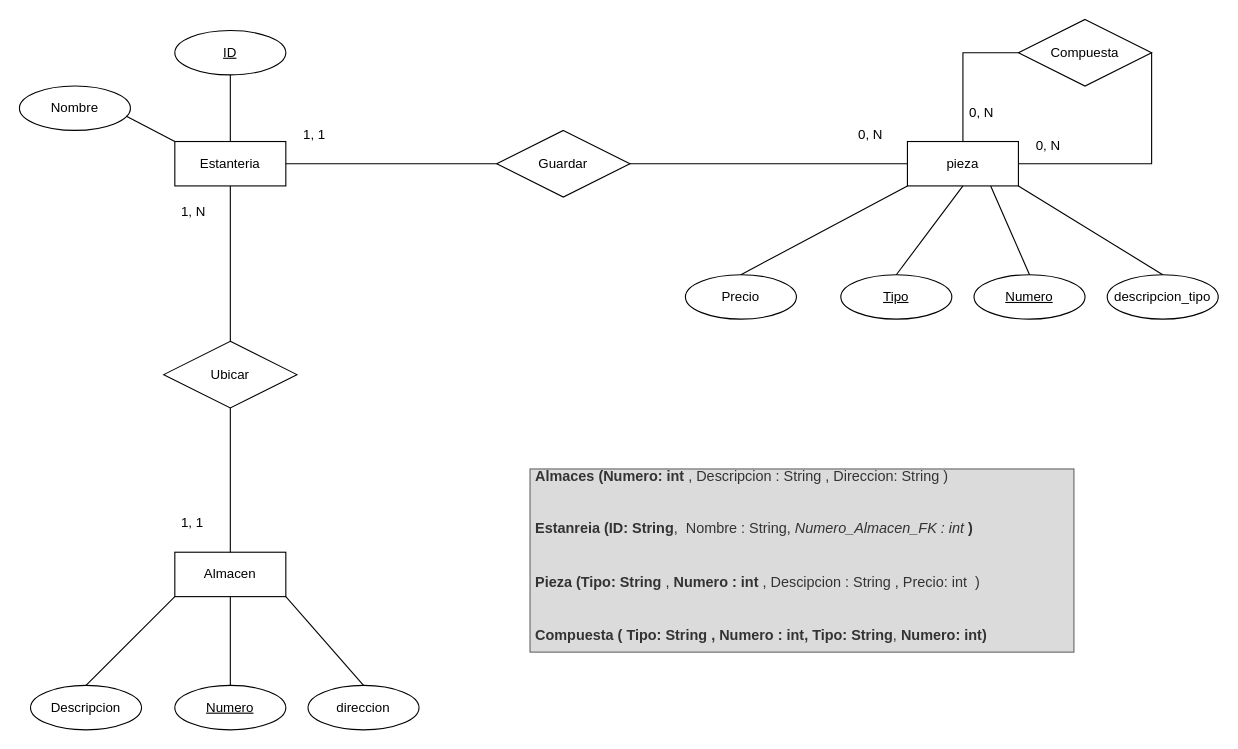
Above: Actividad_05_C3_UD12.drawio in jordimall/jmg-tsys-ta12diagramasER-drawio-111023 (draw.io), before the change. Source tidied: cells renumbered, new cells numbered last; positions are measured from the earlier drawing's top-left corner, leaving out a move shared by most shapes. Both pictures are drawn from the tidied source at 111%, with x=0, y=0 at pixel (19, 19).
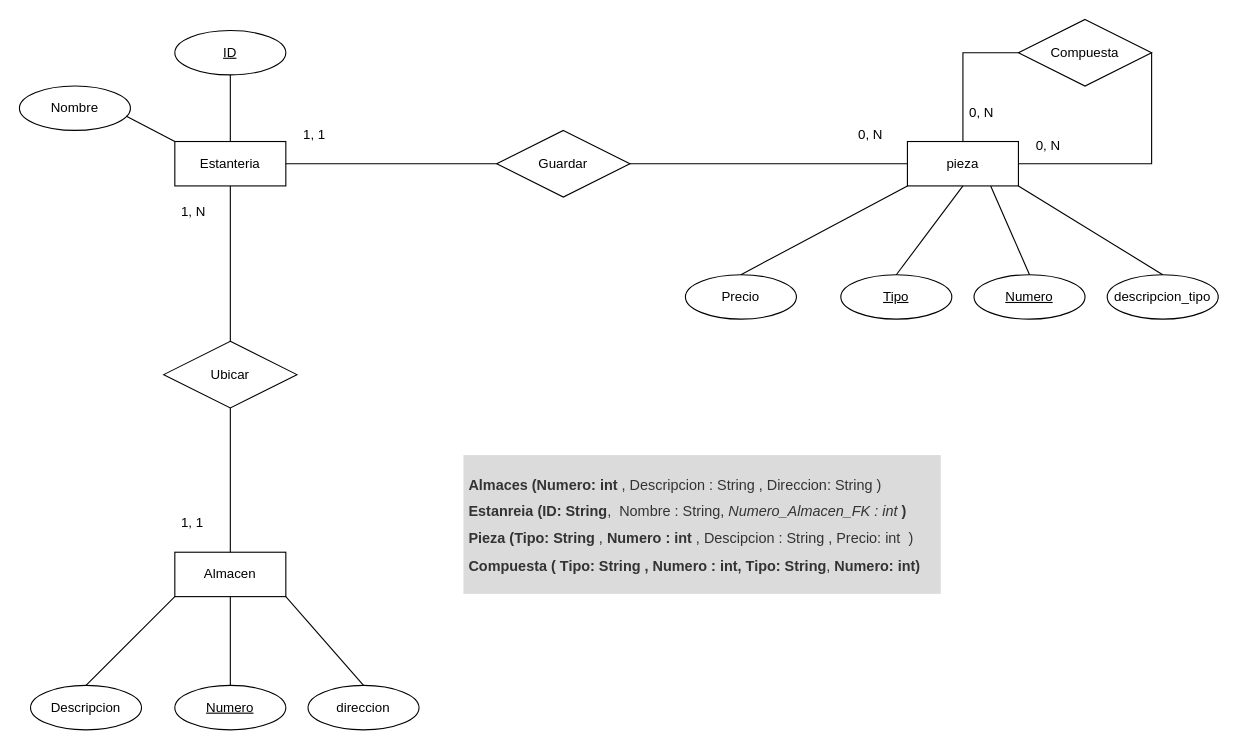
Above is the later version.

Change to the diagram source:
```diff
@@
-    <mxCell id="38" value="&lt;h1 style=&quot;font-size: 13px;&quot;&gt;&lt;span style=&quot;background-color: initial;&quot;&gt;Almaces (Numero: int&lt;/span&gt;&lt;span style=&quot;background-color: initial; font-weight: normal;&quot;&gt; , Descripcion : String , Direccion: String )&lt;/span&gt;&lt;br&gt;&lt;/h1&gt;&lt;div&gt;&lt;span style=&quot;background-color: initial; font-weight: normal;&quot;&gt;&lt;br&gt;&lt;/span&gt;&lt;/div&gt;&lt;div&gt;&lt;h1 style=&quot;border-color: var(--border-color); font-size: 13px;&quot;&gt;&lt;font style=&quot;border-color: var(--border-color);&quot;&gt;Estanreia (ID: String&lt;/font&gt;&lt;font style=&quot;border-color: var(--border-color); font-weight: normal;&quot;&gt;,&amp;nbsp; Nombre : String,&amp;nbsp;&lt;/font&gt;&lt;i style=&quot;font-weight: normal;&quot;&gt;Numero_Almacen_FK : int &lt;/i&gt;)&lt;/h1&gt;&lt;/div&gt;&lt;h1 style=&quot;font-size: 13px;&quot;&gt;&lt;font style=&quot;font-size: 13px;&quot;&gt;&lt;br&gt;&lt;/font&gt;&lt;/h1&gt;&lt;h1 style=&quot;font-size: 13px;&quot;&gt;&lt;font style=&quot;font-size: 13px;&quot;&gt;Pieza (Tipo: String&lt;/font&gt;&lt;font style=&quot;font-weight: normal; font-size: 13px;&quot;&gt; , &lt;/font&gt;&lt;font style=&quot;font-size: 13px;&quot;&gt;Numero : int&lt;/font&gt;&lt;font style=&quot;font-weight: normal; font-size: 13px;&quot;&gt; , Descipcion : String , Precio: int &amp;nbsp;)&lt;/font&gt;&lt;/h1&gt;&lt;h1 style=&quot;font-size: 13px;&quot;&gt;&lt;span style=&quot;font-weight: normal;&quot;&gt;&lt;font style=&quot;font-size: 13px;&quot;&gt;&lt;br&gt;&lt;/font&gt;&lt;/span&gt;&lt;/h1&gt;&lt;h1 style=&quot;font-size: 13px;&quot;&gt;&lt;font style=&quot;font-size: 13px;&quot;&gt;Compuesta (&amp;nbsp;&lt;/font&gt;&lt;font style=&quot;background-color: initial; border-color: var(--border-color);&quot;&gt;Tipo: String&lt;/font&gt;&lt;font style=&quot;background-color: initial; border-color: var(--border-color);&quot;&gt;&amp;nbsp;,&amp;nbsp;&lt;/font&gt;&lt;font style=&quot;background-color: initial; border-color: var(--border-color);&quot;&gt;Numero : int,&lt;/font&gt;&lt;font style=&quot;background-color: initial; font-weight: normal; border-color: var(--border-color);&quot;&gt;&amp;nbsp;&lt;/font&gt;&lt;font style=&quot;background-color: initial; border-color: var(--border-color);&quot;&gt;Tipo: String&lt;/font&gt;&lt;font style=&quot;background-color: initial; font-weight: normal; border-color: var(--border-color);&quot;&gt;,&amp;nbsp;&lt;/font&gt;&lt;font style=&quot;background-color: initial; border-color: var(--border-color);&quot;&gt;Numero: int&lt;/font&gt;&lt;span style=&quot;background-color: initial;&quot;&gt;)&amp;nbsp;&lt;/span&gt;&lt;/h1&gt;" style="text;html=1;strokeColor=#666666;fillColor=#dbdbdb;spacing=5;spacingTop=-20;whiteSpace=wrap;overflow=hidden;rounded=0;fontColor=#333333;" parent="1" vertex="1">
-      <mxGeometry x="460" y="405" width="490" height="165" as="geometry" />
+    <mxCell id="38" value="&lt;h1 style=&quot;font-size: 13px;&quot;&gt;&lt;span style=&quot;background-color: initial;&quot;&gt;Almaces (Numero: int&lt;/span&gt;&lt;span style=&quot;background-color: initial; font-weight: normal;&quot;&gt; , Descripcion : String , Direccion: String )&lt;/span&gt;&lt;/h1&gt;&lt;div&gt;&lt;h1 style=&quot;border-color: var(--border-color); font-size: 13px;&quot;&gt;&lt;font style=&quot;border-color: var(--border-color);&quot;&gt;Estanreia (ID: String&lt;/font&gt;&lt;font style=&quot;border-color: var(--border-color); font-weight: normal;&quot;&gt;,&amp;nbsp; Nombre : String,&amp;nbsp;&lt;/font&gt;&lt;i style=&quot;font-weight: normal;&quot;&gt;Numero_Almacen_FK : int &lt;/i&gt;)&lt;/h1&gt;&lt;/div&gt;&lt;h1 style=&quot;font-size: 13px;&quot;&gt;&lt;font style=&quot;font-size: 13px;&quot;&gt;Pieza (Tipo: String&lt;/font&gt;&lt;font style=&quot;font-weight: normal; font-size: 13px;&quot;&gt; , &lt;/font&gt;&lt;font style=&quot;font-size: 13px;&quot;&gt;Numero : int&lt;/font&gt;&lt;font style=&quot;font-weight: normal; font-size: 13px;&quot;&gt; , Descipcion : String , Precio: int &amp;nbsp;)&lt;/font&gt;&lt;/h1&gt;&lt;h1 style=&quot;font-size: 13px;&quot;&gt;&lt;font style=&quot;font-size: 13px;&quot;&gt;Compuesta (&amp;nbsp;&lt;/font&gt;&lt;font style=&quot;background-color: initial; border-color: var(--border-color);&quot;&gt;Tipo: String&lt;/font&gt;&lt;font style=&quot;background-color: initial; border-color: var(--border-color);&quot;&gt;&amp;nbsp;,&amp;nbsp;&lt;/font&gt;&lt;font style=&quot;background-color: initial; border-color: var(--border-color);&quot;&gt;Numero : int,&lt;/font&gt;&lt;font style=&quot;background-color: initial; font-weight: normal; border-color: var(--border-color);&quot;&gt;&amp;nbsp;&lt;/font&gt;&lt;font style=&quot;background-color: initial; border-color: var(--border-color);&quot;&gt;Tipo: String&lt;/font&gt;&lt;font style=&quot;background-color: initial; font-weight: normal; border-color: var(--border-color);&quot;&gt;,&amp;nbsp;&lt;/font&gt;&lt;font style=&quot;background-color: initial; border-color: var(--border-color);&quot;&gt;Numero: int&lt;/font&gt;&lt;span style=&quot;background-color: initial;&quot;&gt;)&amp;nbsp;&lt;/span&gt;&lt;/h1&gt;" style="text;html=1;strokeColor=none;fillColor=#dbdbdb;spacing=5;spacingTop=0;whiteSpace=wrap;overflow=hidden;rounded=0;fontColor=#333333;" parent="1" vertex="1">
+      <mxGeometry x="400" y="392.5" width="430" height="125" as="geometry" />
     </mxCell>
```
